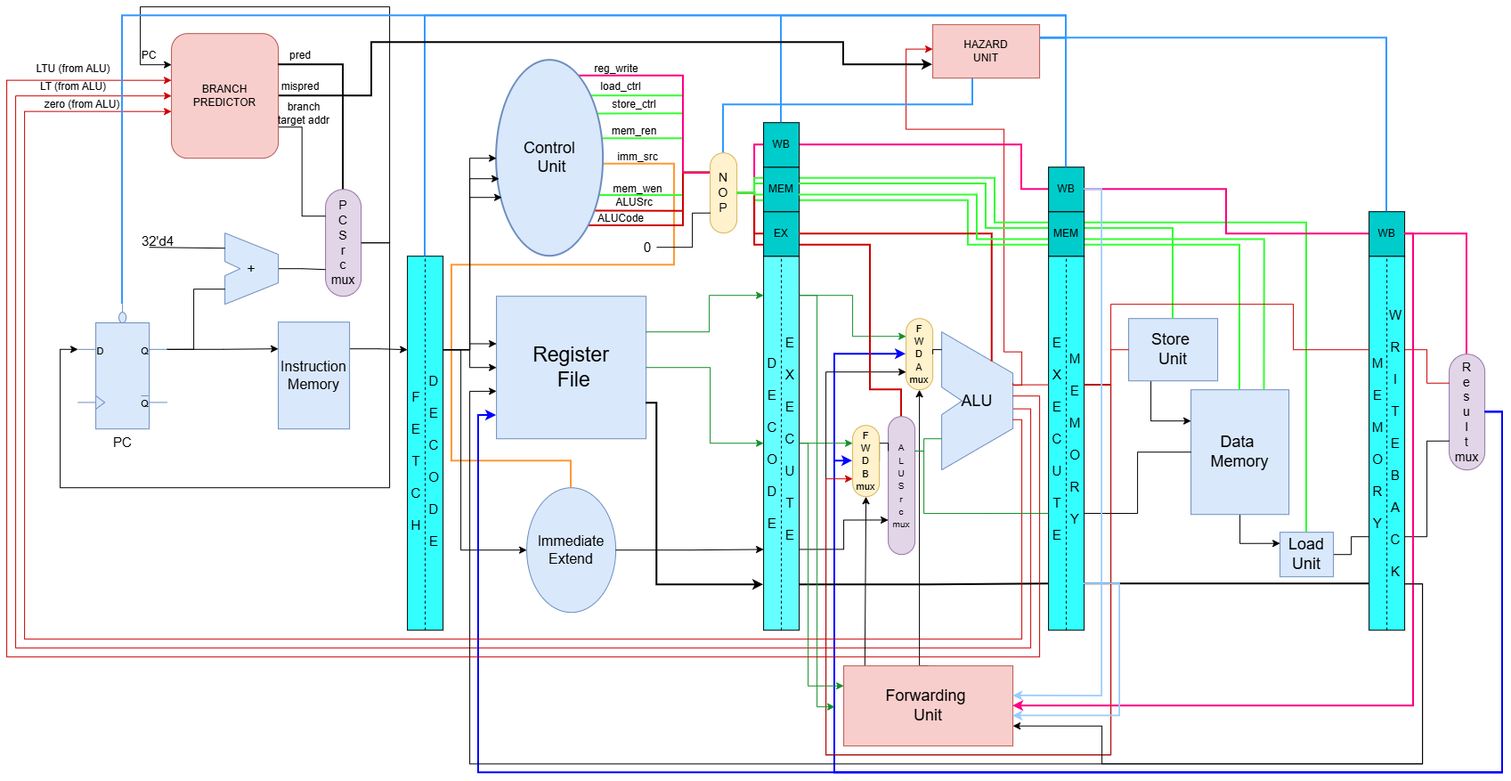
Above: RISCV_PIPELINED.png in veerx2704/5-Stage-Pipelined-RISCV-Processor (draw.io), before the change. Source tidied: cells renumbered, new cells last; positions are measured from the earlier drawing's top-left corner, leaving out a move shared by most shapes.
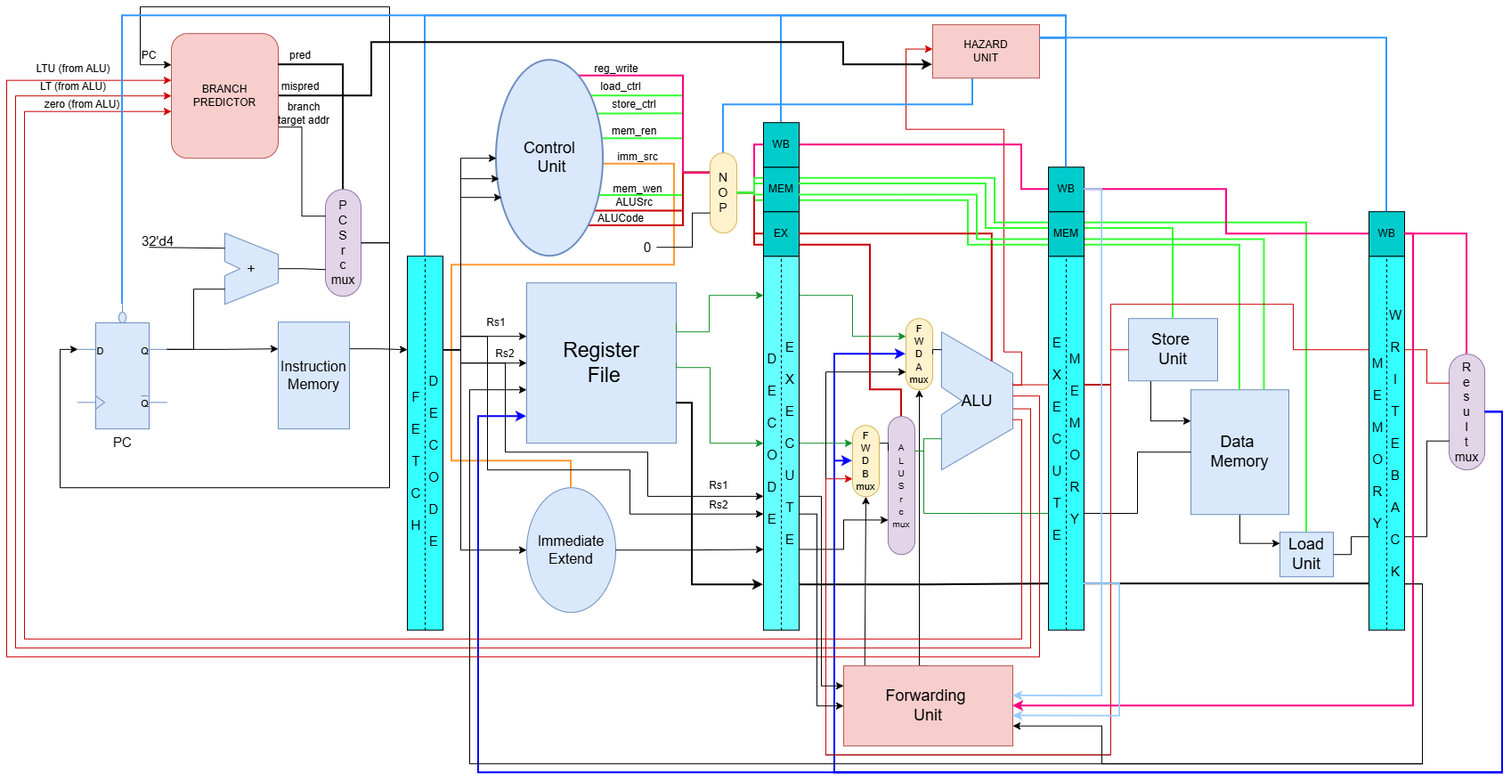
After the commit.

Commit message:
BLOCK DIAGRAM CORRECTION

The edit, as a diff of the source:
```diff
@@ -15,7 +15,7 @@
       <mxGeometry x="684" y="195" width="50" height="20" as="geometry" />
     </mxCell>
     <mxCell id="6" value="&lt;font style=&quot;font-size: 23px;&quot;&gt;Register&lt;/font&gt;&lt;div&gt;&lt;font style=&quot;font-size: 23px;&quot;&gt;&amp;nbsp;File&lt;/font&gt;&lt;/div&gt;" style="rounded=0;whiteSpace=wrap;html=1;points=[[0,0,0,0,0],[0,0.163636,0,0,0],[0,0.333333,0,0,0],[0,0.5,0,0,0],[0,0.666667,0,0,0],[0,0.836364,0,0,0],[0,1,0,0,0],[0.25,0,0,0,0],[0.25,1,0,0,0],[0.5,0,0,0,0],[0.5,1,0,0,0],[0.75,0,0,0,0],[0.75,1,0,0,0],[1,0,0,0,0],[1,0.25,0,0,0],[1,0.5,0,0,0],[1,0.75,0,0,0],[1,1,0,0,0]];fillColor=#dae8fc;strokeColor=#6c8ebf;" parent="1" vertex="1">
-      <mxGeometry x="550" y="325" width="168" height="160" as="geometry" />
+      <mxGeometry x="584" y="310" width="168" height="180" as="geometry" />
     </mxCell>
     <mxCell id="7" style="edgeStyle=orthogonalEdgeStyle;rounded=0;jettySize=auto;html=1;exitX=1;exitY=0.25;exitDx=0;exitDy=0;entryX=0;entryY=0.25;entryDx=0;entryDy=0;" parent="1" edge="1" source="8" target="39">
       <mxGeometry relative="1" as="geometry" />
@@ -387,7 +387,8 @@
           <mxPoint x="1680.1" y="455" />
           <mxPoint x="1680.1" y="860.1" />
           <mxPoint x="530.1" y="860.1" />
-          <mxPoint x="530.1" y="458.9" />
+          <mxPoint x="530.1" y="460" />
+          <mxPoint x="584" y="460" />
         </Array>
       </mxGeometry>
     </mxCell>
@@ -402,8 +403,8 @@
     <mxCell id="79" style="edgeStyle=orthogonalEdgeStyle;rounded=0;jettySize=auto;html=1;exitX=1;exitY=0.75;exitDx=0;exitDy=0;exitPerimeter=0;entryX=0;entryY=0.878571;entryDx=0;entryDy=0;entryPerimeter=0;strokeWidth=2;" parent="1" edge="1" source="6" target="43">
       <mxGeometry relative="1" as="geometry">
         <Array as="points">
-          <mxPoint x="730.1" y="445" />
-          <mxPoint x="730.1" y="649" />
+          <mxPoint x="770" y="445.3" />
+          <mxPoint x="770" y="649" />
         </Array>
       </mxGeometry>
     </mxCell>
@@ -413,37 +414,42 @@
     <mxCell id="81" style="edgeStyle=orthogonalEdgeStyle;rounded=0;jettySize=auto;html=1;exitX=1;exitY=0.87619;exitDx=0;exitDy=0;exitPerimeter=0;entryX=0;entryY=0.666667;entryDx=0;entryDy=0;entryPerimeter=0;" parent="1" edge="1" source="51" target="6">
       <mxGeometry relative="1" as="geometry">
         <Array as="points">
-          <mxPoint x="1590" y="648.1" />
+          <mxPoint x="1590" y="648" />
           <mxPoint x="1590" y="850.1" />
           <mxPoint x="520" y="850.1" />
-          <mxPoint x="520" y="431.8" />
+          <mxPoint x="520" y="430" />
         </Array>
       </mxGeometry>
     </mxCell>
     <mxCell id="82" style="edgeStyle=orthogonalEdgeStyle;rounded=0;jettySize=auto;html=1;exitX=1;exitY=0.25;exitDx=0;exitDy=0;entryX=0;entryY=0.5;entryDx=0;entryDy=0;entryPerimeter=0;" parent="1" edge="1" source="39" target="6">
-      <mxGeometry relative="1" as="geometry" />
+      <mxGeometry relative="1" as="geometry">
+        <Array as="points">
+          <mxPoint x="510" y="385" />
+          <mxPoint x="510" y="400" />
+        </Array>
+      </mxGeometry>
     </mxCell>
     <mxCell id="83" style="edgeStyle=orthogonalEdgeStyle;rounded=0;jettySize=auto;html=1;exitX=1;exitY=0.25;exitDx=0;exitDy=0;entryX=0.05;entryY=0.700015;entryDx=0;entryDy=0;entryPerimeter=0;" parent="1" edge="1" source="39" target="32">
       <mxGeometry relative="1" as="geometry">
         <Array as="points">
-          <mxPoint x="520" y="385" />
-          <mxPoint x="520" y="214" />
+          <mxPoint x="510" y="385" />
+          <mxPoint x="510" y="214" />
         </Array>
       </mxGeometry>
     </mxCell>
     <mxCell id="84" style="edgeStyle=orthogonalEdgeStyle;rounded=0;jettySize=auto;html=1;exitX=1;exitY=0.25;exitDx=0;exitDy=0;entryX=0.025;entryY=0.60453;entryDx=0;entryDy=0;entryPerimeter=0;" parent="1" edge="1" source="39" target="32">
       <mxGeometry relative="1" as="geometry">
         <Array as="points">
-          <mxPoint x="520" y="385" />
-          <mxPoint x="520" y="193" />
+          <mxPoint x="510" y="385" />
+          <mxPoint x="510" y="193" />
         </Array>
       </mxGeometry>
     </mxCell>
     <mxCell id="85" style="edgeStyle=orthogonalEdgeStyle;rounded=0;jettySize=auto;html=1;exitX=1;exitY=0.25;exitDx=0;exitDy=0;entryX=0;entryY=0.5;entryDx=0;entryDy=0;entryPerimeter=0;" parent="1" edge="1" source="39" target="32">
       <mxGeometry relative="1" as="geometry">
         <Array as="points">
-          <mxPoint x="520" y="385" />
-          <mxPoint x="520" y="170" />
+          <mxPoint x="510" y="385" />
+          <mxPoint x="510" y="170" />
         </Array>
       </mxGeometry>
     </mxCell>
@@ -623,23 +629,6 @@
         </Array>
       </mxGeometry>
     </mxCell>
-    <mxCell id="112" style="edgeStyle=orthogonalEdgeStyle;rounded=0;jettySize=auto;html=1;exitX=1;exitY=0.5;exitDx=0;exitDy=0;exitPerimeter=0;entryX=0;entryY=0.25;entryDx=0;entryDy=0;entryPerimeter=0;strokeColor=#128E2A;" parent="1" edge="1" source="43" target="73">
-      <mxGeometry relative="1" as="geometry">
-        <Array as="points">
-          <mxPoint x="900" y="490" />
-          <mxPoint x="900" y="762.5" />
-        </Array>
-      </mxGeometry>
-    </mxCell>
-    <mxCell id="113" style="edgeStyle=orthogonalEdgeStyle;rounded=0;jettySize=auto;html=1;exitX=1;exitY=0.104762;exitDx=0;exitDy=0;exitPerimeter=0;entryX=0;entryY=0.5;entryDx=0;entryDy=0;entryPerimeter=0;strokeColor=#128E2A;" parent="1" edge="1" source="43">
-      <mxGeometry relative="1" as="geometry">
-        <mxPoint x="930" y="786" as="targetPoint" />
-        <Array as="points">
-          <mxPoint x="910" y="324" />
-          <mxPoint x="910" y="786" />
-        </Array>
-      </mxGeometry>
-    </mxCell>
     <mxCell id="114" style="endArrow=none;html=1;rounded=0;entryX=0;entryY=0.75;entryDx=0;entryDy=0;edgeStyle=orthogonalEdgeStyle;endFill=0;" parent="1" edge="1" target="91">
       <mxGeometry relative="1" as="geometry">
         <mxPoint x="730" y="270" as="sourcePoint" />
@@ -759,10 +748,10 @@
       <mxGeometry x="470" y="390" width="20" height="240" as="geometry" />
     </mxCell>
     <mxCell id="135" value="&lt;span style=&quot;font-size: 15px;&quot;&gt;&lt;span style=&quot;font-weight: normal;&quot;&gt;D&lt;/span&gt;&lt;/span&gt;&lt;div&gt;&lt;span style=&quot;font-size: 15px;&quot;&gt;&lt;span style=&quot;font-weight: normal;&quot;&gt;&lt;br&gt;&lt;/span&gt;&lt;/span&gt;&lt;/div&gt;&lt;div&gt;&lt;span style=&quot;font-size: 15px;&quot;&gt;&lt;span style=&quot;font-weight: normal;&quot;&gt;E&lt;/span&gt;&lt;/span&gt;&lt;/div&gt;&lt;div&gt;&lt;span style=&quot;font-size: 15px;&quot;&gt;&lt;span style=&quot;font-weight: normal;&quot;&gt;&lt;br&gt;&lt;/span&gt;&lt;/span&gt;&lt;/div&gt;&lt;div&gt;&lt;span style=&quot;font-size: 15px;&quot;&gt;&lt;span style=&quot;font-weight: normal;&quot;&gt;C&lt;/span&gt;&lt;/span&gt;&lt;/div&gt;&lt;div&gt;&lt;span style=&quot;font-size: 15px;&quot;&gt;&lt;span style=&quot;font-weight: normal;&quot;&gt;&lt;br&gt;&lt;/span&gt;&lt;/span&gt;&lt;/div&gt;&lt;div&gt;&lt;span style=&quot;font-size: 15px;&quot;&gt;&lt;span style=&quot;font-weight: normal;&quot;&gt;O&lt;/span&gt;&lt;/span&gt;&lt;/div&gt;&lt;div&gt;&lt;span style=&quot;font-size: 15px;&quot;&gt;&lt;span style=&quot;font-weight: normal;&quot;&gt;&lt;br&gt;&lt;/span&gt;&lt;/span&gt;&lt;/div&gt;&lt;div&gt;&lt;span style=&quot;font-size: 15px;&quot;&gt;&lt;span style=&quot;font-weight: normal;&quot;&gt;D&lt;/span&gt;&lt;/span&gt;&lt;/div&gt;&lt;div&gt;&lt;span style=&quot;font-size: 15px;&quot;&gt;&lt;span style=&quot;font-weight: normal;&quot;&gt;&lt;br&gt;&lt;/span&gt;&lt;/span&gt;&lt;/div&gt;&lt;div&gt;&lt;span style=&quot;font-size: 15px;&quot;&gt;&lt;span style=&quot;font-weight: normal;&quot;&gt;E&lt;/span&gt;&lt;/span&gt;&lt;/div&gt;" style="text;html=1;whiteSpace=wrap;strokeColor=none;fillColor=none;align=center;verticalAlign=middle;rounded=0;strokeWidth=3;fontStyle=1;" parent="1" vertex="1">
-      <mxGeometry x="850" y="370" width="20" height="240" as="geometry" />
+      <mxGeometry x="850" y="365" width="20" height="240" as="geometry" />
     </mxCell>
     <mxCell id="136" value="&lt;span style=&quot;font-size: 15px;&quot;&gt;E&lt;/span&gt;&lt;div&gt;&lt;span style=&quot;font-size: 15px;&quot;&gt;&lt;br&gt;&lt;/span&gt;&lt;/div&gt;&lt;div&gt;&lt;span style=&quot;font-size: 15px;&quot;&gt;X&lt;/span&gt;&lt;/div&gt;&lt;div&gt;&lt;span style=&quot;font-size: 15px;&quot;&gt;&lt;br&gt;&lt;/span&gt;&lt;/div&gt;&lt;div&gt;&lt;span style=&quot;font-size: 15px;&quot;&gt;E&lt;/span&gt;&lt;/div&gt;&lt;div&gt;&lt;span style=&quot;font-size: 15px;&quot;&gt;&lt;br&gt;&lt;/span&gt;&lt;/div&gt;&lt;div&gt;&lt;span style=&quot;font-size: 15px;&quot;&gt;C&lt;/span&gt;&lt;/div&gt;&lt;div&gt;&lt;span style=&quot;font-size: 15px;&quot;&gt;&lt;br&gt;&lt;/span&gt;&lt;/div&gt;&lt;div&gt;&lt;span style=&quot;font-size: 15px;&quot;&gt;U&lt;/span&gt;&lt;/div&gt;&lt;div&gt;&lt;span style=&quot;font-size: 15px;&quot;&gt;&lt;br&gt;&lt;/span&gt;&lt;/div&gt;&lt;div&gt;&lt;span style=&quot;font-size: 15px;&quot;&gt;T&lt;/span&gt;&lt;/div&gt;&lt;div&gt;&lt;span style=&quot;font-size: 15px;&quot;&gt;&lt;br&gt;&lt;/span&gt;&lt;/div&gt;&lt;div&gt;&lt;span style=&quot;font-size: 15px;&quot;&gt;E&lt;/span&gt;&lt;/div&gt;" style="text;html=1;whiteSpace=wrap;strokeColor=none;fillColor=none;align=center;verticalAlign=middle;rounded=0;strokeWidth=3;" parent="1" vertex="1">
-      <mxGeometry x="870" y="365" width="20" height="240" as="geometry" />
+      <mxGeometry x="870" y="370" width="20" height="240" as="geometry" />
     </mxCell>
     <mxCell id="137" value="&lt;span style=&quot;font-size: 15px;&quot;&gt;E&lt;/span&gt;&lt;div&gt;&lt;span style=&quot;font-size: 15px;&quot;&gt;&lt;br&gt;&lt;/span&gt;&lt;/div&gt;&lt;div&gt;&lt;span style=&quot;font-size: 15px;&quot;&gt;X&lt;/span&gt;&lt;/div&gt;&lt;div&gt;&lt;span style=&quot;font-size: 15px;&quot;&gt;&lt;br&gt;&lt;/span&gt;&lt;/div&gt;&lt;div&gt;&lt;span style=&quot;font-size: 15px;&quot;&gt;E&lt;/span&gt;&lt;/div&gt;&lt;div&gt;&lt;span style=&quot;font-size: 15px;&quot;&gt;&lt;br&gt;&lt;/span&gt;&lt;/div&gt;&lt;div&gt;&lt;span style=&quot;font-size: 15px;&quot;&gt;C&lt;/span&gt;&lt;/div&gt;&lt;div&gt;&lt;span style=&quot;font-size: 15px;&quot;&gt;&lt;br&gt;&lt;/span&gt;&lt;/div&gt;&lt;div&gt;&lt;span style=&quot;font-size: 15px;&quot;&gt;U&lt;/span&gt;&lt;/div&gt;&lt;div&gt;&lt;span style=&quot;font-size: 15px;&quot;&gt;&lt;br&gt;&lt;/span&gt;&lt;/div&gt;&lt;div&gt;&lt;span style=&quot;font-size: 15px;&quot;&gt;T&lt;/span&gt;&lt;/div&gt;&lt;div&gt;&lt;span style=&quot;font-size: 15px;&quot;&gt;&lt;br&gt;&lt;/span&gt;&lt;/div&gt;&lt;div&gt;&lt;span style=&quot;font-size: 15px;&quot;&gt;E&lt;/span&gt;&lt;/div&gt;" style="text;html=1;whiteSpace=wrap;strokeColor=none;fillColor=none;align=center;verticalAlign=middle;rounded=0;strokeWidth=3;" parent="1" vertex="1">
       <mxGeometry x="1170" y="365" width="20" height="240" as="geometry" />
@@ -801,10 +790,62 @@
       <mxGeometry x="140" y="45" width="40" height="20" as="geometry" />
     </mxCell>
     <mxCell id="149" style="edgeStyle=orthogonalEdgeStyle;rounded=0;jettySize=auto;html=1;exitX=1;exitY=0.25;exitDx=0;exitDy=0;entryX=0;entryY=0.333333;entryDx=0;entryDy=0;entryPerimeter=0;" parent="1" edge="1" source="39" target="6">
-      <mxGeometry relative="1" as="geometry" />
+      <mxGeometry relative="1" as="geometry">
+        <Array as="points">
+          <mxPoint x="510" y="385" />
+          <mxPoint x="510" y="370" />
+        </Array>
+      </mxGeometry>
     </mxCell>
     <mxCell id="150" value="mispred" style="text;html=1;whiteSpace=wrap;strokeColor=none;fillColor=none;align=center;verticalAlign=middle;rounded=0;" parent="1" vertex="1">
       <mxGeometry x="300" y="75" width="60" height="30" as="geometry" />
     </mxCell>
+    <mxCell id="151" style="edgeStyle=orthogonalEdgeStyle;rounded=0;jettySize=auto;html=1;exitX=1;exitY=0.25;exitDx=0;exitDy=0;entryX=0;entryY=0.641964;entryDx=0;entryDy=0;entryPerimeter=0;" parent="1" edge="1" source="39" target="43">
+      <mxGeometry relative="1" as="geometry">
+        <Array as="points">
+          <mxPoint x="510" y="385" />
+          <mxPoint x="510" y="400" />
+          <mxPoint x="560" y="400" />
+          <mxPoint x="560" y="500" />
+          <mxPoint x="720" y="500" />
+          <mxPoint x="720" y="549.6" />
+        </Array>
+      </mxGeometry>
+    </mxCell>
+    <mxCell id="152" style="edgeStyle=orthogonalEdgeStyle;rounded=0;jettySize=auto;html=1;exitX=1;exitY=0.25;exitDx=0;exitDy=0;entryX=0;entryY=0.689285;entryDx=0;entryDy=0;entryPerimeter=0;" parent="1" edge="1" source="39" target="43">
+      <mxGeometry relative="1" as="geometry">
+        <Array as="points">
+          <mxPoint x="510" y="385" />
+          <mxPoint x="510" y="370" />
+          <mxPoint x="540" y="370" />
+          <mxPoint x="540" y="520" />
+          <mxPoint x="700" y="520" />
+          <mxPoint x="700" y="569.5" />
+        </Array>
+      </mxGeometry>
+    </mxCell>
+    <mxCell id="153" style="edgeStyle=orthogonalEdgeStyle;rounded=0;jettySize=auto;html=1;exitX=1;exitY=0.641964;exitDx=0;exitDy=0;exitPerimeter=0;entryX=0;entryY=0.25;entryDx=0;entryDy=0;entryPerimeter=0;" parent="1" edge="1" source="43" target="73">
+      <mxGeometry relative="1" as="geometry" />
+    </mxCell>
+    <mxCell id="154" style="edgeStyle=orthogonalEdgeStyle;rounded=0;jettySize=auto;html=1;exitX=1;exitY=0.689285;exitDx=0;exitDy=0;exitPerimeter=0;entryX=0;entryY=0.5;entryDx=0;entryDy=0;entryPerimeter=0;" parent="1" edge="1" source="43" target="73">
+      <mxGeometry relative="1" as="geometry">
+        <Array as="points">
+          <mxPoint x="910" y="569.5" />
+          <mxPoint x="910" y="785" />
+        </Array>
+      </mxGeometry>
+    </mxCell>
+    <mxCell id="155" value="Rs1" style="text;html=1;whiteSpace=wrap;strokeColor=none;fillColor=none;align=center;verticalAlign=middle;rounded=0;" parent="1" vertex="1">
+      <mxGeometry x="780" y="527.5" width="40" height="20" as="geometry" />
+    </mxCell>
+    <mxCell id="156" value="Rs2" style="text;html=1;whiteSpace=wrap;strokeColor=none;fillColor=none;align=center;verticalAlign=middle;rounded=0;" parent="1" vertex="1">
+      <mxGeometry x="780" y="550" width="40" height="20" as="geometry" />
+    </mxCell>
+    <mxCell id="157" value="Rs1" style="text;html=1;whiteSpace=wrap;strokeColor=none;fillColor=none;align=center;verticalAlign=middle;rounded=0;" parent="1" vertex="1">
+      <mxGeometry x="530" y="345" width="40" height="20" as="geometry" />
+    </mxCell>
+    <mxCell id="158" value="Rs2" style="text;html=1;whiteSpace=wrap;strokeColor=none;fillColor=none;align=center;verticalAlign=middle;rounded=0;" parent="1" vertex="1">
+      <mxGeometry x="540" y="380" width="40" height="20" as="geometry" />
+    </mxCell>
   </root>
 </mxGraphModel>
```
